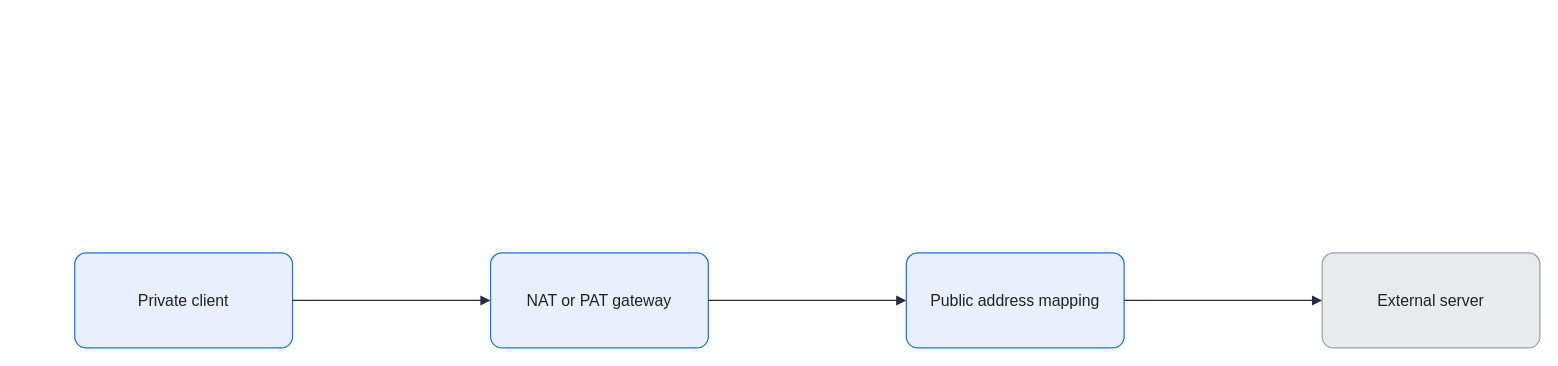
Before: assets/img/network/nat-pat-translation-flow.drawio in KKamJi98/kkamji98.github.io, a draw.io diagram. Source tidied: cells renumbered, new cells numbered last; positions are measured from the earlier drawing's top-left corner, leaving out a move shared by most shapes. Both pictures are drawn from the tidied source at 99%, with x=0, y=0 at pixel (74, 252).
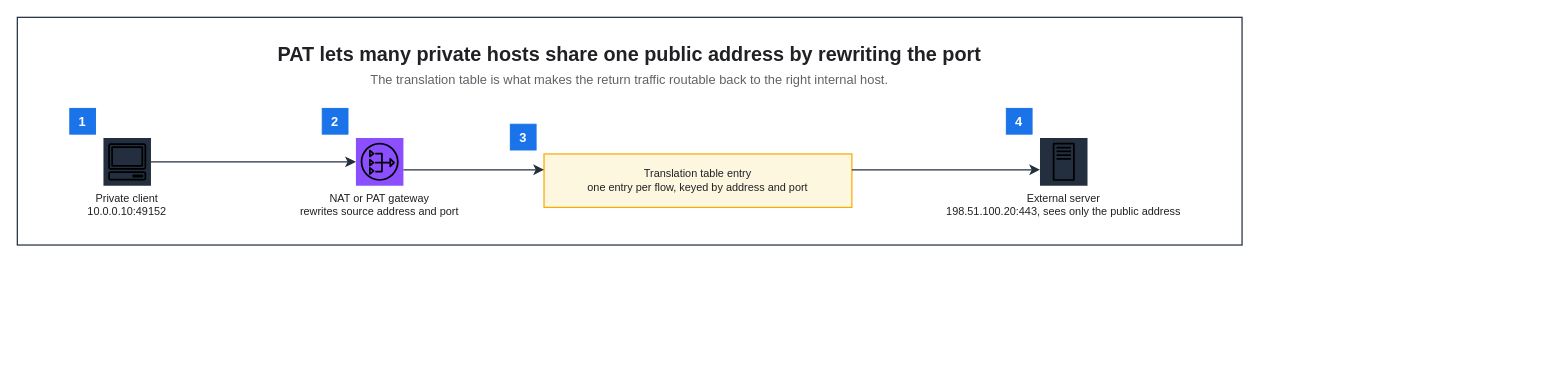
The same page after the edit.

The edit, as a diff of the source:
```diff
@@
 <mxGraphModel background="#FFFFFF">
   <root>
     <mxCell id="0" />
     <mxCell id="1" parent="0" />
-    <mxCell id="2" value="Private client" style="rounded=1;arcSize=12;whiteSpace=wrap;html=0;fillColor=#E8F0FE;strokeColor=#1A73E8;strokeWidth=1.25;fontColor=#202124;fontSize=16;align=center;verticalAlign=middle;spacing=8;shadow=0;" parent="1" vertex="1">
-      <mxGeometry width="220" height="96" as="geometry" />
-    </mxCell>
-    <mxCell id="3" value="NAT or PAT gateway" style="rounded=1;arcSize=12;whiteSpace=wrap;html=0;fillColor=#E8F0FE;strokeColor=#1A73E8;strokeWidth=1.25;fontColor=#202124;fontSize=16;align=center;verticalAlign=middle;spacing=8;shadow=0;" parent="1" vertex="1">
-      <mxGeometry x="420" width="220" height="96" as="geometry" />
-    </mxCell>
-    <mxCell id="4" value="Public address mapping" style="rounded=1;arcSize=12;whiteSpace=wrap;html=0;fillColor=#E8F0FE;strokeColor=#1A73E8;strokeWidth=1.25;fontColor=#202124;fontSize=16;align=center;verticalAlign=middle;spacing=8;shadow=0;" parent="1" vertex="1">
-      <mxGeometry x="840" width="220" height="96" as="geometry" />
-    </mxCell>
-    <mxCell id="5" value="External server" style="rounded=1;arcSize=12;whiteSpace=wrap;html=0;fillColor=#E8EAED;strokeColor=#9AA0A6;strokeWidth=1.25;fontColor=#202124;fontSize=16;align=center;verticalAlign=middle;spacing=8;shadow=0;" parent="1" vertex="1">
-      <mxGeometry x="1260" width="220" height="96" as="geometry" />
-    </mxCell>
-    <mxCell id="6" style="edgeStyle=orthogonalEdgeStyle;rounded=0;jettySize=auto;html=0;endArrow=block;endFill=1;strokeColor=#232F3E;strokeWidth=1.25;fontColor=#202124;labelBackgroundColor=none;exitX=1;exitY=0.5;exitDx=0;exitDy=0;entryX=0;entryY=0.5;entryDx=0;entryDy=0;endSize=7;" parent="1" edge="1" source="2" target="3">
-      <mxGeometry relative="1" as="geometry" />
-    </mxCell>
-    <mxCell id="7" style="edgeStyle=orthogonalEdgeStyle;rounded=0;jettySize=auto;html=0;endArrow=block;endFill=1;strokeColor=#232F3E;strokeWidth=1.25;fontColor=#202124;labelBackgroundColor=none;exitX=1;exitY=0.5;exitDx=0;exitDy=0;entryX=0;entryY=0.5;entryDx=0;entryDy=0;endSize=7;" parent="1" edge="1" source="3" target="4">
-      <mxGeometry relative="1" as="geometry" />
-    </mxCell>
-    <mxCell id="8" style="edgeStyle=orthogonalEdgeStyle;rounded=0;jettySize=auto;html=0;endArrow=block;endFill=1;strokeColor=#232F3E;strokeWidth=1.25;fontColor=#202124;labelBackgroundColor=none;exitX=1;exitY=0.5;exitDx=0;exitDy=0;entryX=0;entryY=0.5;entryDx=0;entryDy=0;endSize=7;" parent="1" edge="1" source="4" target="5">
-      <mxGeometry relative="1" as="geometry" />
-    </mxCell>
+    <mxCell id="9" style="rounded=0;html=0;fillColor=none;strokeColor=#232F3E;fontColor=#202124;strokeWidth=1.25;" parent="1" vertex="1">
+      <mxGeometry x="-58" y="-238" width="1237.1" height="230" as="geometry" />
+    </mxCell>
+    <mxCell id="10" value="PAT lets many private hosts share one public address by rewriting the port" style="text;html=0;whiteSpace=wrap;fillColor=none;strokeColor=none;fontColor=#202124;fontSize=20;fontStyle=1;align=center;verticalAlign=middle;" parent="1" vertex="1">
+      <mxGeometry x="-36" y="-216" width="1193.1" height="30" as="geometry" />
+    </mxCell>
+    <mxCell id="11" value="The translation table is what makes the return traffic routable back to the right internal host." style="text;html=0;whiteSpace=wrap;fillColor=none;strokeColor=none;fontColor=#5F6368;fontSize=13;fontStyle=0;align=center;verticalAlign=middle;" parent="1" vertex="1">
+      <mxGeometry x="-36" y="-186" width="1193.1" height="22" as="geometry" />
+    </mxCell>
+    <mxCell id="12" value="Private client&#10;10.0.0.10:49152" style="sketch=0;outlineConnect=0;gradientColor=none;html=0;whiteSpace=nowrap;fontSize=11;fontStyle=0;fontColor=#202124;verticalLabelPosition=bottom;verticalAlign=top;align=center;labelBackgroundColor=none;fillColor=#232F3E;strokeColor=none;dashed=0;shape=mxgraph.aws4.resourceIcon;resIcon=mxgraph.aws4.client;" parent="1" vertex="1">
+      <mxGeometry x="29" y="-116" width="48" height="48" as="geometry" />
+    </mxCell>
+    <mxCell id="13" value="NAT or PAT gateway&#10;rewrites source address and port" style="sketch=0;outlineConnect=0;gradientColor=none;html=0;whiteSpace=nowrap;fontSize=11;fontStyle=0;fontColor=#202124;verticalLabelPosition=bottom;verticalAlign=top;align=center;labelBackgroundColor=none;fillColor=#8C4FFF;strokeColor=none;dashed=0;shape=mxgraph.aws4.resourceIcon;resIcon=mxgraph.aws4.nat_gateway;" parent="1" vertex="1">
+      <mxGeometry x="284" y="-116" width="48" height="48" as="geometry" />
+    </mxCell>
+    <mxCell id="14" value="Translation table entry&#10;one entry per flow, keyed by address and port" style="rounded=0;whiteSpace=wrap;html=0;fillColor=#FEF7E0;strokeColor=#F9AB00;fontColor=#202124;fontSize=11;fontStyle=0;align=center;verticalAlign=middle;spacingLeft=6;spacingRight=6;strokeWidth=1.25;" parent="1" vertex="1">
+      <mxGeometry x="474" y="-100" width="311" height="54" as="geometry" />
+    </mxCell>
+    <mxCell id="15" value="External server&#10;198.51.100.20:443, sees only the public address" style="sketch=0;outlineConnect=0;gradientColor=none;html=0;whiteSpace=nowrap;fontSize=11;fontStyle=0;fontColor=#202124;verticalLabelPosition=bottom;verticalAlign=top;align=center;labelBackgroundColor=none;fillColor=#232F3E;strokeColor=none;dashed=0;shape=mxgraph.aws4.resourceIcon;resIcon=mxgraph.aws4.traditional_server;" parent="1" vertex="1">
+      <mxGeometry x="975" y="-116" width="48" height="48" as="geometry" />
+    </mxCell>
+    <mxCell id="16" value="1" style="rounded=0;whiteSpace=wrap;html=0;fillColor=#1A73E8;strokeColor=#1A73E8;fontColor=#FFFFFF;fontSize=13;fontStyle=1;align=center;verticalAlign=middle;" parent="1" vertex="1">
+      <mxGeometry x="-5" y="-146" width="26" height="26" as="geometry" />
+    </mxCell>
+    <mxCell id="17" value="2" style="rounded=0;whiteSpace=wrap;html=0;fillColor=#1A73E8;strokeColor=#1A73E8;fontColor=#FFFFFF;fontSize=13;fontStyle=1;align=center;verticalAlign=middle;" parent="1" vertex="1">
+      <mxGeometry x="250" y="-146" width="26" height="26" as="geometry" />
+    </mxCell>
+    <mxCell id="18" value="3" style="rounded=0;whiteSpace=wrap;html=0;fillColor=#1A73E8;strokeColor=#1A73E8;fontColor=#FFFFFF;fontSize=13;fontStyle=1;align=center;verticalAlign=middle;" parent="1" vertex="1">
+      <mxGeometry x="440" y="-130" width="26" height="26" as="geometry" />
+    </mxCell>
+    <mxCell id="19" value="4" style="rounded=0;whiteSpace=wrap;html=0;fillColor=#1A73E8;strokeColor=#1A73E8;fontColor=#FFFFFF;fontSize=13;fontStyle=1;align=center;verticalAlign=middle;" parent="1" vertex="1">
+      <mxGeometry x="941" y="-146" width="26" height="26" as="geometry" />
+    </mxCell>
+    <mxCell id="20" style="edgeStyle=orthogonalEdgeStyle;rounded=0;html=0;strokeColor=#232F3E;strokeWidth=1.25;endArrow=classic;endFill=1;endSize=7;fontSize=11;fontColor=#202124;labelBackgroundColor=none;jettySize=14;exitX=1;exitY=0.5;entryX=0;entryY=0.5;exitDx=0;exitDy=0;entryDx=0;entryDy=0;" parent="1" edge="1" source="12" target="13">
+      <mxGeometry relative="1" as="geometry" />
+    </mxCell>
+    <mxCell id="21" style="edgeStyle=orthogonalEdgeStyle;rounded=0;html=0;strokeColor=#232F3E;strokeWidth=1.25;endArrow=classic;endFill=1;endSize=7;fontSize=11;fontColor=#202124;labelBackgroundColor=none;jettySize=14;exitX=1;exitY=0.6667;entryX=0;entryY=0.2963;exitDx=0;exitDy=0;entryDx=0;entryDy=0;" parent="1" edge="1" source="13" target="14">
+      <mxGeometry relative="1" as="geometry" />
+    </mxCell>
+    <mxCell id="22" style="edgeStyle=orthogonalEdgeStyle;rounded=0;html=0;strokeColor=#232F3E;strokeWidth=1.25;endArrow=classic;endFill=1;endSize=7;fontSize=11;fontColor=#202124;labelBackgroundColor=none;jettySize=14;exitX=1;exitY=0.2963;entryX=0;entryY=0.6667;exitDx=0;exitDy=0;entryDx=0;entryDy=0;" parent="1" edge="1" source="14" target="15">
+      <mxGeometry relative="1" as="geometry" />
+    </mxCell>
   </root>
 </mxGraphModel>
```
